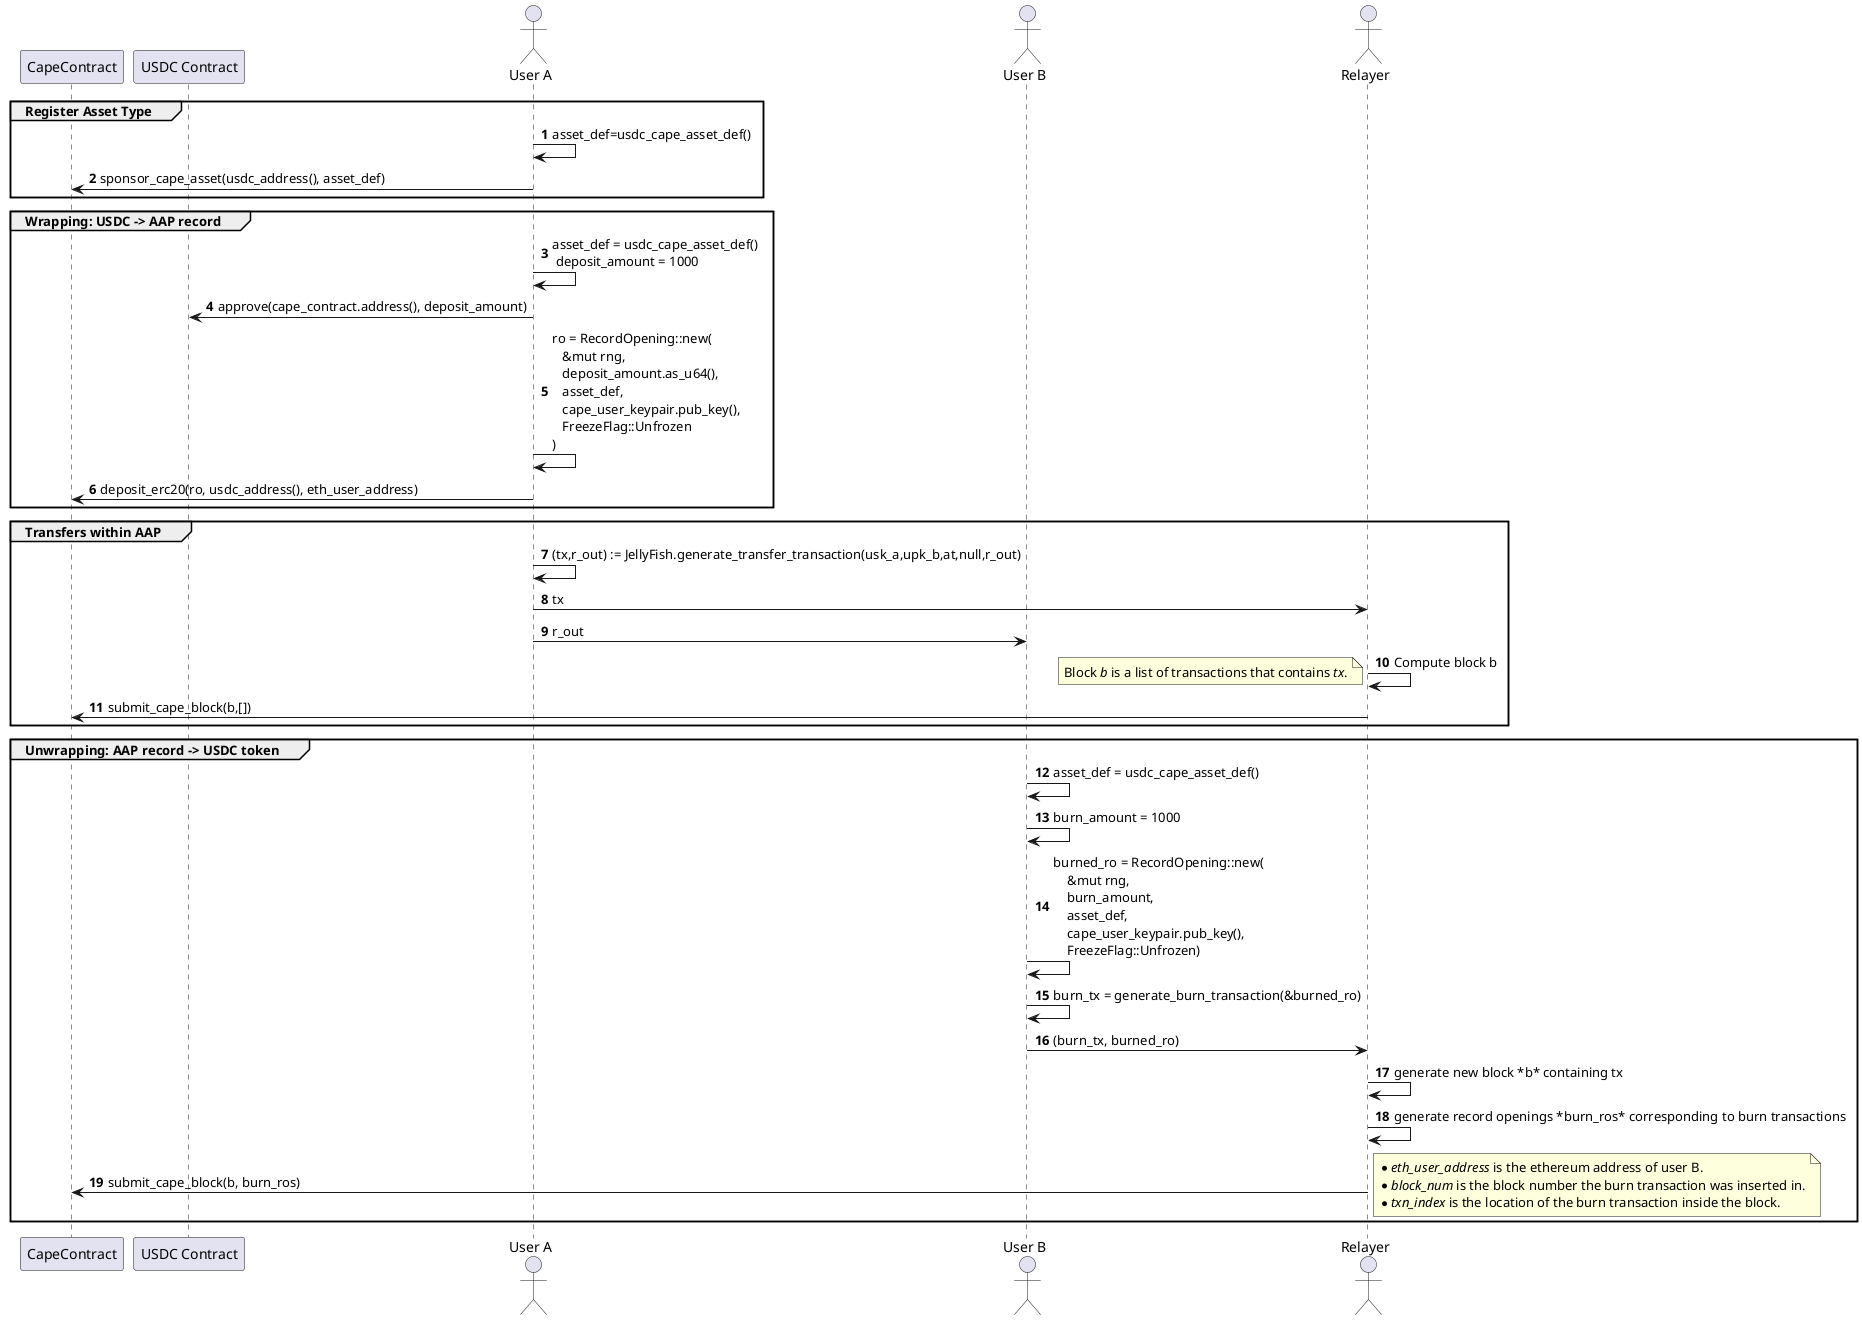
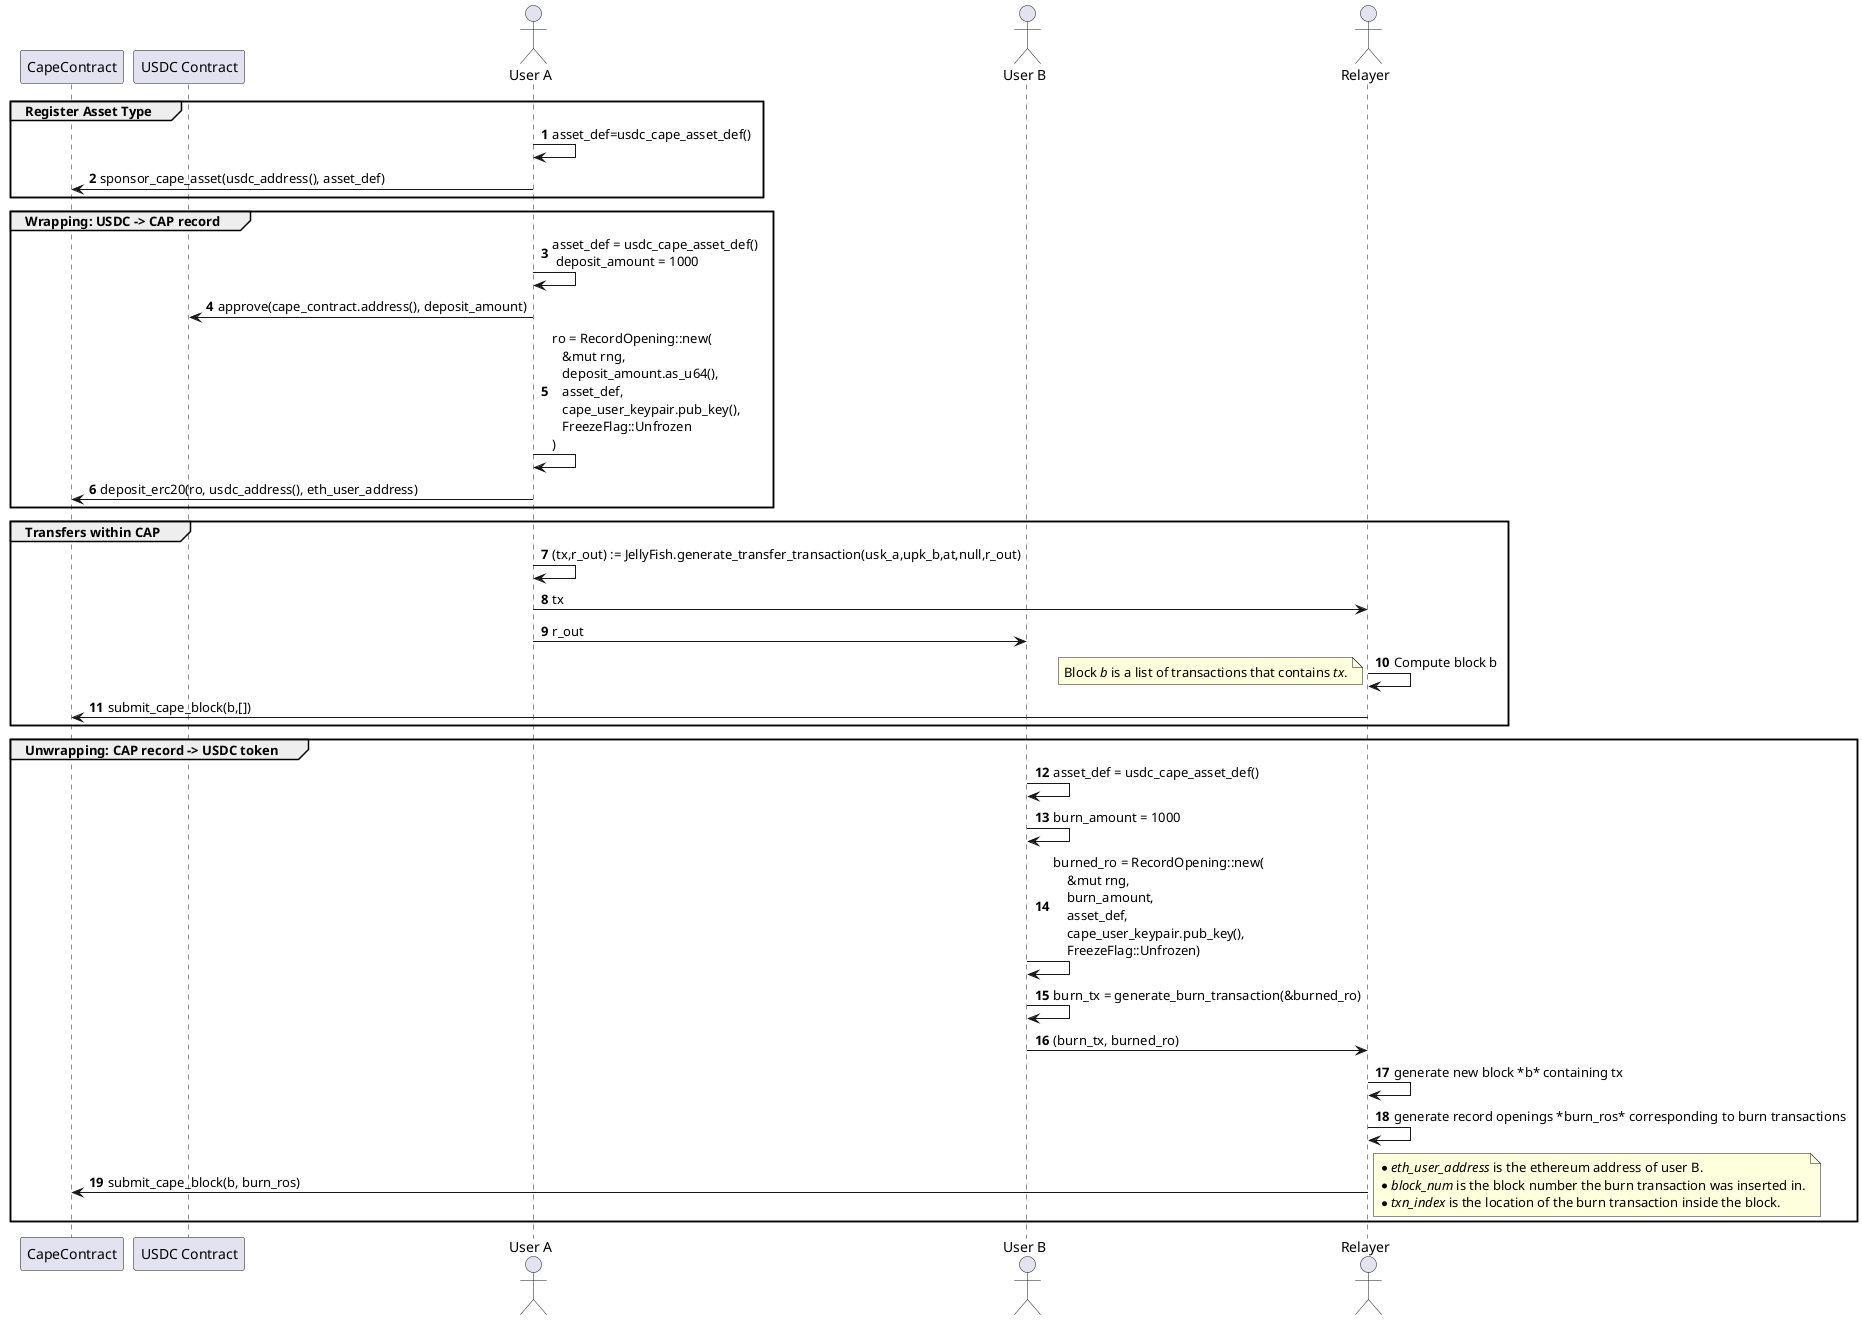
@startuml
autonumber
participant "CapeContract" as CapeContract
participant "USDC Contract" as USDC
actor       "User A" as A
actor       "User B" as B
actor       "Relayer" as R

group Register Asset Type
A -> A: asset_def=usdc_cape_asset_def()
A -> CapeContract: sponsor_cape_asset(usdc_address(), asset_def)

end group

- group Wrapping: USDC -> AAP record
+ group Wrapping: USDC -> CAP record

A -> A: asset_def = usdc_cape_asset_def() \n deposit_amount = 1000
A -> USDC: approve(cape_contract.address(), deposit_amount)
A -> A: ro = RecordOpening::new( \n   &mut rng, \n   deposit_amount.as_u64(), \n   asset_def,\n   cape_user_keypair.pub_key(),\n   FreezeFlag::Unfrozen \n)
A -> CapeContract: deposit_erc20(ro, usdc_address(), eth_user_address)
end

- group Transfers within AAP
+ group Transfers within CAP

A -> A: (tx,r_out) := JellyFish.generate_transfer_transaction(usk_a,upk_b,at,null,r_out)
A -> R: tx
A -> B: r_out
R -> R: Compute block b
note left
Block <i>b</i> is a list of transactions that contains <i>tx</i>.
end note


R -> CapeContract: submit_cape_block(b,[])
end group

- group Unwrapping: AAP record -> USDC token
+ group Unwrapping: CAP record -> USDC token
 B -> B: asset_def = usdc_cape_asset_def()
 B -> B: burn_amount = 1000
 B -> B: burned_ro = RecordOpening::new( \n    &mut rng, \n    burn_amount,\n    asset_def, \n    cape_user_keypair.pub_key(),\n    FreezeFlag::Unfrozen)
 B -> B: burn_tx = generate_burn_transaction(&burned_ro)
 B -> R: (burn_tx, burned_ro)
 R -> R: generate new block *b* containing tx
 R -> R: generate record openings *burn_ros* corresponding to burn transactions
 R -> CapeContract: submit_cape_block(b, burn_ros)
 note right
 * <i>eth_user_address</i> is the ethereum address of user B.
 * <i>block_num</i> is the block number the burn transaction was inserted in.
 * <i>txn_index</i> is the location of the burn transaction inside the block.
 end note
end
@enduml
